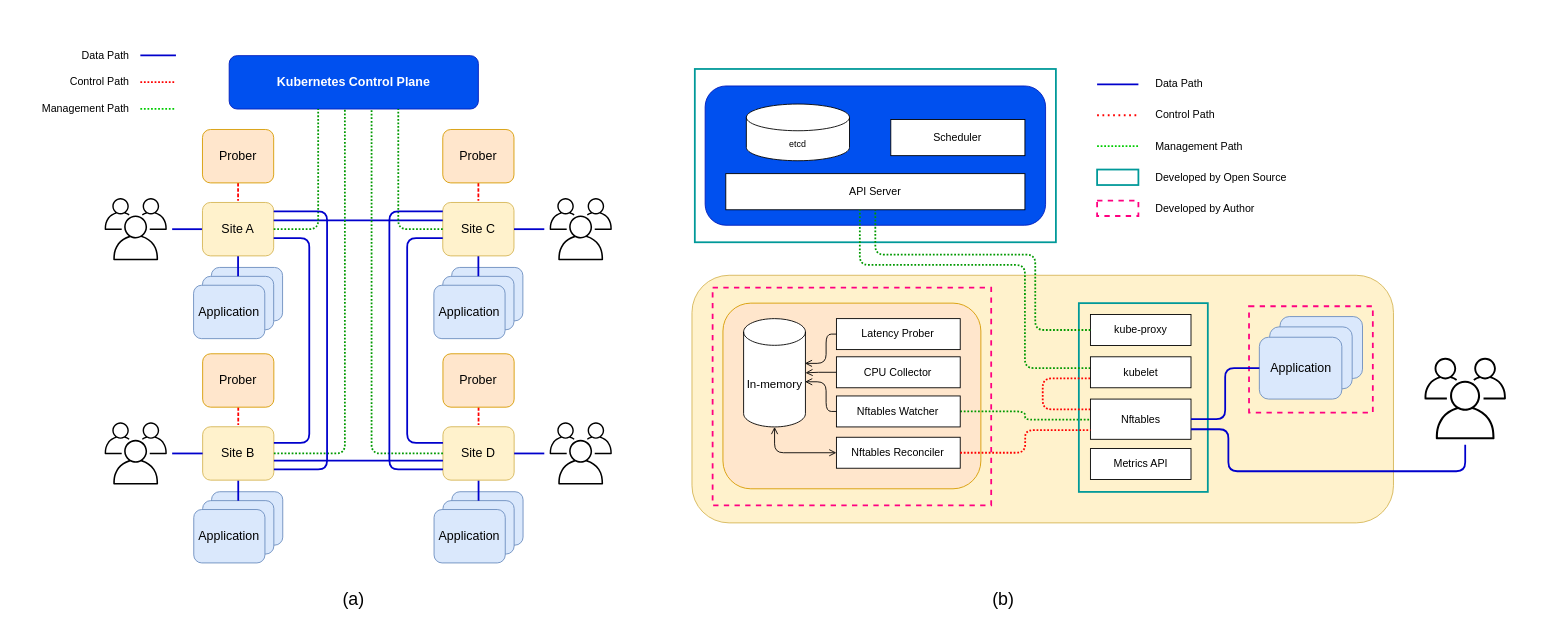
mirzahilmi/latency-aware-kubernetes keeps this draw.io diagram as docs/system_architecture.drawio. Above is the earlier version. Source tidied: cells renumbered, new cells numbered last; positions are measured from the earlier drawing's top-left corner, leaving out a move shared by most shapes. Both pictures are drawn from the tidied source at 89%, with x=0, y=0 at pixel (15, 15).
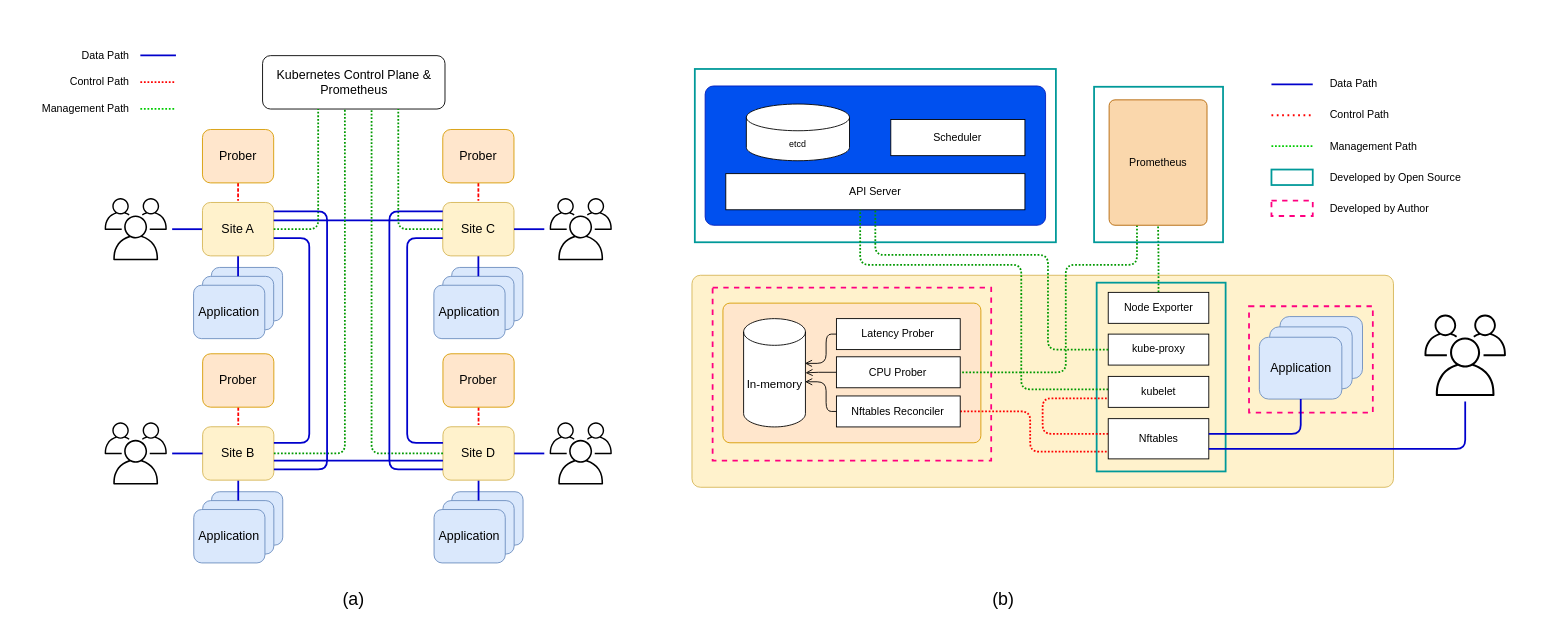
The same page after the edit.

Commit message (it also covers changes not shown here):
docs: include node exporter on system arch

The change refers to these unchanged cells:
```xml
<mxCell id="77" value="&lt;font&gt;In-memory&lt;/font&gt;" style="shape=cylinder3;whiteSpace=wrap;html=1;boundedLbl=1;backgroundOutline=1;size=15;textDirection=ltr;fontSize=13;" parent="66" vertex="1">
  <mxGeometry x="78" y="280.5" width="69.5" height="121.7" as="geometry" />
</mxCell>
<mxCell id="88" value="API Server" style="rounded=0;whiteSpace=wrap;html=1;" parent="66" vertex="1">
  <mxGeometry x="58" y="117.6" width="336.1" height="40.6" as="geometry" />
</mxCell>
```

Change to the diagram source:
```diff
@@
-    <mxCell id="2" style="rounded=0;whiteSpace=wrap;html=1;fillColor=none;strokeColor=none;" parent="1" vertex="1">
-      <mxGeometry width="1710" height="690" as="geometry" />
-    </mxCell>
@@
-    <mxCell id="11" value="Kubernetes Control Plane" style="rounded=1;whiteSpace=wrap;html=1;fontSize=14;fillColor=#0050ef;strokeColor=#001DBC;fontColor=#ffffff;fontStyle=1;" parent="1" vertex="1">
-      <mxGeometry x="240" y="45" width="280" height="60" as="geometry" />
+    <mxCell id="11" value="Kubernetes Control Plane &amp;amp;&lt;div&gt;Prometheus&lt;/div&gt;" style="rounded=1;whiteSpace=wrap;html=1;fontSize=14;fontStyle=0;" parent="1" vertex="1">
+      <mxGeometry x="277.5" y="45" width="205" height="60" as="geometry" />
     </mxCell>
@@
     <mxCell id="66" style="group;" parent="1" vertex="1">
-      <mxGeometry x="740" y="60" width="914.5" height="510" as="geometry" />
+      <mxGeometry x="740" y="60" width="960" height="620" as="geometry" />
     </mxCell>
-    <mxCell id="67" style="rounded=1;whiteSpace=wrap;html=1;fillColor=#fff2cc;strokeColor=#d6b656;" parent="66" vertex="1">
-      <mxGeometry x="20" y="231.8" width="788.2" height="278.2" as="geometry" />
+    <mxCell id="67" style="rounded=1;whiteSpace=wrap;html=1;fillColor=#fff2cc;strokeColor=#d6b656;arcSize=4;" parent="66" vertex="1">
+      <mxGeometry x="20" y="231.8" width="788.2" height="238.2" as="geometry" />
     </mxCell>
     <mxCell id="68" style="rounded=0;whiteSpace=wrap;html=1;fillColor=none;strokeColor=#FF0080;strokeWidth=2;dashed=1;gradientColor=none;" parent="66" vertex="1">
-      <mxGeometry x="43.2" y="245.7" width="313" height="244.6" as="geometry" />
+      <mxGeometry x="43.2" y="245.7" width="313" height="194.3" as="geometry" />
     </mxCell>
-    <mxCell id="69" style="rounded=1;whiteSpace=wrap;html=1;fillColor=#ffe6cc;strokeColor=#d79b00;" parent="66" vertex="1">
-      <mxGeometry x="54.8" y="263.1" width="289.8" height="208.6" as="geometry" />
+    <mxCell id="69" style="rounded=1;whiteSpace=wrap;html=1;fillColor=#ffe6cc;strokeColor=#d79b00;arcSize=5;" parent="66" vertex="1">
+      <mxGeometry x="54.8" y="263.1" width="289.8" height="156.9" as="geometry" />
     </mxCell>
@@
-    <mxCell id="72" value="CPU Collector" style="rounded=0;whiteSpace=wrap;html=1;" parent="66" vertex="1">
+    <mxCell id="72" value="CPU Prober" style="rounded=0;whiteSpace=wrap;html=1;" parent="66" vertex="1">
       <mxGeometry x="182.3" y="323.4" width="139.1" height="34.8" as="geometry" />
     </mxCell>
-    <mxCell id="73" style="edgeStyle=orthogonalEdgeStyle;rounded=1;jettySize=auto;html=1;curved=0;strokeWidth=2;strokeColor=#009900;dashed=1;dashPattern=1 1;endArrow=none;startFill=0;" parent="66" edge="1" source="74" target="84">
+    <mxCell id="73" style="edgeStyle=orthogonalEdgeStyle;rounded=1;jettySize=auto;html=1;curved=0;strokeWidth=2;strokeColor=#FF0000;dashed=1;dashPattern=1 1;endArrow=none;startFill=0;" parent="66" edge="1" source="74" target="84">
       <mxGeometry relative="1" as="geometry">
         <Array as="points">
-          <mxPoint x="394.4" y="384.8" />
-          <mxPoint x="394.4" y="394.1" />
+          <mxPoint x="400" y="385" />
+          <mxPoint x="400" y="430" />
         </Array>
       </mxGeometry>
     </mxCell>
-    <mxCell id="74" value="Nftables Watcher" style="rounded=0;whiteSpace=wrap;html=1;" parent="66" vertex="1">
+    <mxCell id="74" value="Nftables Reconciler" style="rounded=0;whiteSpace=wrap;html=1;" parent="66" vertex="1">
       <mxGeometry x="182.3" y="367.4" width="139.1" height="34.8" as="geometry" />
     </mxCell>
-    <mxCell id="75" style="edgeStyle=orthogonalEdgeStyle;rounded=1;jettySize=auto;html=1;endArrow=open;startFill=0;strokeWidth=1;strokeColor=#000000;curved=0;startArrow=open;endFill=0;" parent="66" edge="1" source="76" target="77">
-      <mxGeometry relative="1" as="geometry" />
-    </mxCell>
-    <mxCell id="76" value="Nftables Reconciler" style="rounded=0;whiteSpace=wrap;html=1;" parent="66" vertex="1">
-      <mxGeometry x="182.3" y="413.8" width="139.1" height="34.8" as="geometry" />
-    </mxCell>
@@
     <mxCell id="81" style="rounded=0;whiteSpace=wrap;html=1;fillColor=none;strokeColor=#009999;strokeWidth=2;gradientColor=none;" parent="66" vertex="1">
-      <mxGeometry x="454.7" y="263.1" width="144.9" height="212.1" as="geometry" />
+      <mxGeometry x="474.7" y="240.1" width="144.9" height="212.1" as="geometry" />
     </mxCell>
     <mxCell id="82" value="kube-proxy" style="rounded=0;whiteSpace=wrap;html=1;" parent="66" vertex="1">
-      <mxGeometry x="467.7" y="275.9" width="113" height="34.8" as="geometry" />
+      <mxGeometry x="487.7" y="297.9" width="113" height="34.8" as="geometry" />
     </mxCell>
     <mxCell id="83" style="edgeStyle=orthogonalEdgeStyle;rounded=1;jettySize=auto;html=1;strokeWidth=2;endArrow=none;startFill=0;dashed=1;curved=0;strokeColor=#FF0000;dashPattern=1 1;" parent="66" edge="1" source="84" target="103">
       <mxGeometry relative="1" as="geometry">
         <Array as="points">
-          <mxPoint x="414.1" y="382.5" />
-          <mxPoint x="414.1" y="347.7" />
+          <mxPoint x="414" y="410" />
+          <mxPoint x="414" y="370" />
         </Array>
       </mxGeometry>
     </mxCell>
     <mxCell id="84" value="Nftables" style="rounded=0;whiteSpace=wrap;html=1;" parent="66" vertex="1">
-      <mxGeometry x="467.7" y="370.9" width="113" height="45.2" as="geometry" />
+      <mxGeometry x="487.7" y="392.9" width="113" height="45.2" as="geometry" />
     </mxCell>
-    <mxCell id="85" value="Metrics API" style="rounded=0;whiteSpace=wrap;html=1;" parent="66" vertex="1">
-      <mxGeometry x="467.7" y="426.5" width="113" height="34.8" as="geometry" />
-    </mxCell>
-    <mxCell id="86" style="rounded=1;whiteSpace=wrap;html=1;fillColor=#0050ef;fontColor=#ffffff;strokeColor=#001DBC;" parent="66" vertex="1">
+    <mxCell id="86" style="rounded=1;whiteSpace=wrap;html=1;fillColor=#0050ef;fontColor=#ffffff;strokeColor=#001DBC;arcSize=6;" parent="66" vertex="1">
       <mxGeometry x="34.8" y="19.1" width="382.5" height="156.5" as="geometry" />
     </mxCell>
     <mxCell id="87" style="edgeStyle=orthogonalEdgeStyle;rounded=1;jettySize=auto;html=1;curved=0;strokeWidth=2;endArrow=none;startFill=0;dashed=1;strokeColor=#009900;dashPattern=1 1;" parent="66" edge="1" source="82" target="88">
       <mxGeometry relative="1" as="geometry">
         <Array as="points">
-          <mxPoint x="405.7" y="293.2" />
-          <mxPoint x="405.7" y="208.6" />
-          <mxPoint x="226" y="208.6" />
+          <mxPoint x="420" y="315" />
+          <mxPoint x="420" y="209" />
+          <mxPoint x="226" y="209" />
         </Array>
       </mxGeometry>
     </mxCell>
@@
+    <mxCell id="102" style="edgeStyle=orthogonalEdgeStyle;rounded=1;jettySize=auto;html=1;strokeWidth=2;curved=0;endArrow=none;startFill=0;strokeColor=#009900;dashed=1;dashPattern=1 1;" parent="66" edge="1" source="103" target="88">
+      <mxGeometry relative="1" as="geometry">
+        <Array as="points">
+          <mxPoint x="390" y="360" />
+          <mxPoint x="390" y="220" />
+          <mxPoint x="209" y="220" />
+        </Array>
+      </mxGeometry>
+    </mxCell>
+    <mxCell id="103" value="kubelet" style="rounded=0;whiteSpace=wrap;html=1;" parent="66" vertex="1">
+      <mxGeometry x="487.7" y="345.4" width="113" height="34.8" as="geometry" />
+    </mxCell>
+    <mxCell id="105" style="group;flipH=1;" parent="66" vertex="1">
+      <mxGeometry x="657.5" y="278.2" width="115.9" height="92.7" as="geometry" />
+    </mxCell>
+    <mxCell id="106" style="rounded=1;whiteSpace=wrap;html=1;fontSize=14;fillColor=#dae8fc;strokeColor=#6c8ebf;" parent="105" vertex="1">
+      <mxGeometry x="23.2" width="92.7" height="69.5" as="geometry" />
+    </mxCell>
+    <mxCell id="107" style="rounded=1;whiteSpace=wrap;html=1;fontSize=14;fillColor=#dae8fc;strokeColor=#6c8ebf;" parent="105" vertex="1">
+      <mxGeometry x="11.6" y="11.6" width="92.7" height="69.5" as="geometry" />
+    </mxCell>
+    <mxCell id="108" value="Application" style="rounded=1;whiteSpace=wrap;html=1;fontSize=14;fillColor=#dae8fc;strokeColor=#6c8ebf;" parent="105" vertex="1">
+      <mxGeometry y="23.2" width="92.7" height="69.5" as="geometry" />
+    </mxCell>
+    <mxCell id="109" style="edgeStyle=orthogonalEdgeStyle;rounded=1;jettySize=auto;html=1;endArrow=none;startFill=0;strokeWidth=2;strokeColor=#0000CC;entryX=1;entryY=0.75;entryDx=0;entryDy=0;curved=0;" parent="66" edge="1" source="110" target="84">
+      <mxGeometry relative="1" as="geometry">
+        <Array as="points">
+          <mxPoint x="889" y="427" />
+        </Array>
+      </mxGeometry>
+    </mxCell>
+    <mxCell id="110" style="sketch=0;outlineConnect=0;gradientColor=none;fontColor=#545B64;strokeColor=none;fillColor=#000000;dashed=0;verticalLabelPosition=bottom;verticalAlign=top;align=center;html=1;fontSize=12;fontStyle=0;shape=mxgraph.aws4.illustration_users;spacingTop=2;spacingRight=0;perimeterSpacing=6;" parent="66" vertex="1">
+      <mxGeometry x="843" y="275.9" width="91.6" height="91.6" as="geometry" />
+    </mxCell>
+    <mxCell id="111" style="edgeStyle=orthogonalEdgeStyle;rounded=1;jettySize=auto;html=1;curved=0;endArrow=none;startFill=0;strokeWidth=2;strokeColor=#0000CC;" parent="66" edge="1" source="84" target="108">
+      <mxGeometry relative="1" as="geometry">
+        <Array as="points">
+          <mxPoint x="704" y="410" />
+        </Array>
+      </mxGeometry>
+    </mxCell>
+    <mxCell id="112" style="group;" parent="66" vertex="1">
+      <mxGeometry x="671.1" width="243.4" height="173.9" as="geometry" />
+    </mxCell>
-    <mxCell id="92" style="endArrow=none;html=1;rounded=0;strokeWidth=2;strokeColor=#0000CC;" parent="66" edge="1">
+    <mxCell id="92" style="endArrow=none;html=1;rounded=0;strokeWidth=2;strokeColor=#0000CC;" parent="112" edge="1">
       <mxGeometry relative="1" as="geometry">
-        <mxPoint x="475.2" y="17.2" as="sourcePoint" />
-        <mxPoint x="521.6" y="17.2" as="targetPoint" />
+        <mxPoint y="17.2" as="sourcePoint" />
+        <mxPoint x="46.4" y="17.2" as="targetPoint" />
       </mxGeometry>
     </mxCell>
-    <mxCell id="93" value="Data Path" style="text;html=1;align=left;verticalAlign=middle;whiteSpace=wrap;rounded=0;" parent="66" vertex="1">
-      <mxGeometry x="538.7" width="127.5" height="34.8" as="geometry" />
+    <mxCell id="93" value="Data Path" style="text;html=1;align=left;verticalAlign=middle;whiteSpace=wrap;rounded=0;" parent="112" vertex="1">
+      <mxGeometry x="63.5" width="127.5" height="34.8" as="geometry" />
     </mxCell>
-    <mxCell id="94" style="endArrow=none;html=1;rounded=0;strokeWidth=2;strokeColor=#FF0000;dashed=1;dashPattern=1 2;edgeStyle=orthogonalEdgeStyle;" parent="66" edge="1">
+    <mxCell id="94" style="endArrow=none;html=1;rounded=0;strokeWidth=2;strokeColor=#FF0000;dashed=1;dashPattern=1 2;edgeStyle=orthogonalEdgeStyle;" parent="112" edge="1">
       <mxGeometry relative="1" as="geometry">
-        <mxPoint x="475.2" y="52" as="sourcePoint" />
-        <mxPoint x="521.6" y="52" as="targetPoint" />
+        <mxPoint y="52" as="sourcePoint" />
+        <mxPoint x="46.4" y="52" as="targetPoint" />
       </mxGeometry>
     </mxCell>
-    <mxCell id="95" value="Control Path" style="text;html=1;align=left;verticalAlign=middle;whiteSpace=wrap;rounded=0;" parent="66" vertex="1">
-      <mxGeometry x="538.7" y="34.8" width="127.5" height="34.8" as="geometry" />
+    <mxCell id="95" value="Control Path" style="text;html=1;align=left;verticalAlign=middle;whiteSpace=wrap;rounded=0;" parent="112" vertex="1">
+      <mxGeometry x="63.5" y="34.8" width="127.5" height="34.8" as="geometry" />
     </mxCell>
-    <mxCell id="96" value="Management Path" style="text;html=1;align=left;verticalAlign=middle;whiteSpace=wrap;rounded=0;" parent="66" vertex="1">
-      <mxGeometry x="538.7" y="69.5" width="127.5" height="34.8" as="geometry" />
+    <mxCell id="96" value="Management Path" style="text;html=1;align=left;verticalAlign=middle;whiteSpace=wrap;rounded=0;" parent="112" vertex="1">
+      <mxGeometry x="63.5" y="69.5" width="127.5" height="34.8" as="geometry" />
     </mxCell>
-    <mxCell id="97" style="endArrow=none;html=1;rounded=0;strokeWidth=2;strokeColor=#00CC00;endFill=1;startArrow=none;startFill=0;dashed=1;dashPattern=1 1;" parent="66" edge="1">
+    <mxCell id="97" style="endArrow=none;html=1;rounded=0;strokeWidth=2;strokeColor=#00CC00;endFill=1;startArrow=none;startFill=0;dashed=1;dashPattern=1 1;" parent="112" edge="1">
       <mxGeometry relative="1" as="geometry">
-        <mxPoint x="475.2" y="86.7" as="sourcePoint" />
-        <mxPoint x="521.6" y="86.7" as="targetPoint" />
+        <mxPoint y="86.7" as="sourcePoint" />
+        <mxPoint x="46.4" y="86.7" as="targetPoint" />
       </mxGeometry>
     </mxCell>
-    <mxCell id="98" style="rounded=0;whiteSpace=wrap;html=1;fillColor=none;strokeColor=#009999;strokeWidth=2;gradientColor=none;" parent="66" vertex="1">
-      <mxGeometry x="475.2" y="113" width="46.4" height="17.4" as="geometry" />
+    <mxCell id="98" style="rounded=0;whiteSpace=wrap;html=1;fillColor=none;strokeColor=#009999;strokeWidth=2;gradientColor=none;" parent="112" vertex="1">
+      <mxGeometry y="113" width="46.4" height="17.4" as="geometry" />
     </mxCell>
-    <mxCell id="99" value="Developed by Open Source" style="text;html=1;align=left;verticalAlign=middle;whiteSpace=wrap;rounded=0;" parent="66" vertex="1">
-      <mxGeometry x="538.7" y="104.3" width="180" height="34.8" as="geometry" />
+    <mxCell id="99" value="Developed by Open Source" style="text;html=1;align=left;verticalAlign=middle;whiteSpace=wrap;rounded=0;" parent="112" vertex="1">
+      <mxGeometry x="63.5" y="104.3" width="180" height="34.8" as="geometry" />
     </mxCell>
-    <mxCell id="100" style="rounded=0;whiteSpace=wrap;html=1;fillColor=none;strokeColor=#FF0080;strokeWidth=2;dashed=1;gradientColor=none;" parent="66" vertex="1">
-      <mxGeometry x="475.2" y="147.8" width="46.4" height="17.4" as="geometry" />
+    <mxCell id="100" style="rounded=0;whiteSpace=wrap;html=1;fillColor=none;strokeColor=#FF0080;strokeWidth=2;dashed=1;gradientColor=none;" parent="112" vertex="1">
+      <mxGeometry y="147.8" width="46.4" height="17.4" as="geometry" />
     </mxCell>
-    <mxCell id="101" value="Developed by Author" style="text;html=1;align=left;verticalAlign=middle;whiteSpace=wrap;rounded=0;" parent="66" vertex="1">
-      <mxGeometry x="538.7" y="139.1" width="180" height="34.8" as="geometry" />
+    <mxCell id="101" value="Developed by Author" style="text;html=1;align=left;verticalAlign=middle;whiteSpace=wrap;rounded=0;" parent="112" vertex="1">
+      <mxGeometry x="63.5" y="139.1" width="180" height="34.8" as="geometry" />
     </mxCell>
-    <mxCell id="102" style="edgeStyle=orthogonalEdgeStyle;rounded=1;jettySize=auto;html=1;strokeWidth=2;curved=0;endArrow=none;startFill=0;strokeColor=#009900;dashed=1;dashPattern=1 1;" parent="66" edge="1" source="103" target="88">
-      <mxGeometry relative="1" as="geometry">
-        <Array as="points">
-          <mxPoint x="394.1" y="336.1" />
-          <mxPoint x="394.1" y="220.2" />
-          <mxPoint x="208.6" y="220.2" />
-        </Array>
-      </mxGeometry>
-    </mxCell>
-    <mxCell id="103" value="kubelet" style="rounded=0;whiteSpace=wrap;html=1;" parent="66" vertex="1">
-      <mxGeometry x="467.7" y="323.4" width="113" height="34.8" as="geometry" />
-    </mxCell>
-    <mxCell id="104" style="edgeStyle=orthogonalEdgeStyle;rounded=1;jettySize=auto;html=1;strokeColor=#FF0000;curved=0;dashed=1;strokeWidth=2;endArrow=none;startFill=0;dashPattern=1 1;" parent="66" edge="1" source="76" target="84">
-      <mxGeometry relative="1" as="geometry">
-        <Array as="points">
-          <mxPoint x="394.4" y="431.2" />
-          <mxPoint x="394.4" y="405.7" />
-        </Array>
-      </mxGeometry>
-    </mxCell>
-    <mxCell id="105" style="group;flipH=1;" parent="66" vertex="1">
-      <mxGeometry x="657.5" y="278.2" width="115.9" height="92.7" as="geometry" />
-    </mxCell>
-    <mxCell id="106" style="rounded=1;whiteSpace=wrap;html=1;fontSize=14;fillColor=#dae8fc;strokeColor=#6c8ebf;" parent="105" vertex="1">
-      <mxGeometry x="23.2" width="92.7" height="69.5" as="geometry" />
-    </mxCell>
-    <mxCell id="107" style="rounded=1;whiteSpace=wrap;html=1;fontSize=14;fillColor=#dae8fc;strokeColor=#6c8ebf;" parent="105" vertex="1">
-      <mxGeometry x="11.6" y="11.6" width="92.7" height="69.5" as="geometry" />
-    </mxCell>
-    <mxCell id="108" value="Application" style="rounded=1;whiteSpace=wrap;html=1;fontSize=14;fillColor=#dae8fc;strokeColor=#6c8ebf;" parent="105" vertex="1">
-      <mxGeometry y="23.2" width="92.7" height="69.5" as="geometry" />
-    </mxCell>
-    <mxCell id="109" style="edgeStyle=orthogonalEdgeStyle;rounded=1;jettySize=auto;html=1;endArrow=none;startFill=0;strokeWidth=2;strokeColor=#0000CC;entryX=1;entryY=0.75;entryDx=0;entryDy=0;curved=0;" parent="66" edge="1" source="110" target="84">
-      <mxGeometry relative="1" as="geometry">
-        <Array as="points">
-          <mxPoint x="889.3" y="452" />
-          <mxPoint x="622.7" y="452" />
-          <mxPoint x="622.7" y="404.5" />
-        </Array>
-      </mxGeometry>
-    </mxCell>
-    <mxCell id="110" style="sketch=0;outlineConnect=0;gradientColor=none;fontColor=#545B64;strokeColor=none;fillColor=#000000;dashed=0;verticalLabelPosition=bottom;verticalAlign=top;align=center;html=1;fontSize=12;fontStyle=0;shape=mxgraph.aws4.illustration_users;spacingTop=2;spacingRight=0;perimeterSpacing=6;" parent="66" vertex="1">
-      <mxGeometry x="843" y="324.5" width="91.6" height="91.6" as="geometry" />
-    </mxCell>
-    <mxCell id="111" style="edgeStyle=orthogonalEdgeStyle;rounded=1;jettySize=auto;html=1;curved=0;endArrow=none;startFill=0;strokeWidth=2;strokeColor=#0000CC;" parent="66" edge="1" source="84" target="108">
-      <mxGeometry relative="1" as="geometry" />
-    </mxCell>
+    <mxCell id="113" style="edgeStyle=orthogonalEdgeStyle;rounded=0;jettySize=auto;html=1;endArrow=none;endFill=0;dashed=1;dashPattern=1 1;strokeWidth=2;strokeColor=#009900;" parent="66" edge="1" source="114" target="117">
+      <mxGeometry relative="1" as="geometry" />
+    </mxCell>
+    <mxCell id="114" value="Node Exporter" style="rounded=0;whiteSpace=wrap;html=1;" parent="66" vertex="1">
+      <mxGeometry x="487.7" y="251" width="113" height="34.8" as="geometry" />
+    </mxCell>
+    <mxCell id="115" style="rounded=0;whiteSpace=wrap;html=1;fillColor=none;strokeColor=#009999;strokeWidth=2;gradientColor=none;" parent="66" vertex="1">
+      <mxGeometry x="471.8" y="20" width="144.9" height="174.7" as="geometry" />
+    </mxCell>
+    <mxCell id="116" style="edgeStyle=orthogonalEdgeStyle;rounded=1;jettySize=auto;html=1;entryX=1;entryY=0.5;entryDx=0;entryDy=0;endArrow=none;endFill=0;strokeWidth=2;strokeColor=#009900;curved=0;dashed=1;dashPattern=1 1;" parent="66" edge="1" source="117" target="72">
+      <mxGeometry relative="1" as="geometry">
+        <Array as="points">
+          <mxPoint x="520" y="220" />
+          <mxPoint x="440" y="220" />
+          <mxPoint x="440" y="341" />
+        </Array>
+      </mxGeometry>
+    </mxCell>
+    <mxCell id="117" value="Prometheus" style="rounded=1;whiteSpace=wrap;html=1;fillColor=#fad7ac;strokeColor=#b46504;arcSize=6;" parent="66" vertex="1">
+      <mxGeometry x="488.7" y="34.7" width="110" height="140.9" as="geometry" />
+    </mxCell>
+    <mxCell id="2" style="rounded=0;whiteSpace=wrap;html=1;fillColor=none;strokeColor=none;" parent="66" vertex="1">
+      <mxGeometry x="-730" y="-50" width="1690" height="670" as="geometry" />
+    </mxCell>
```
